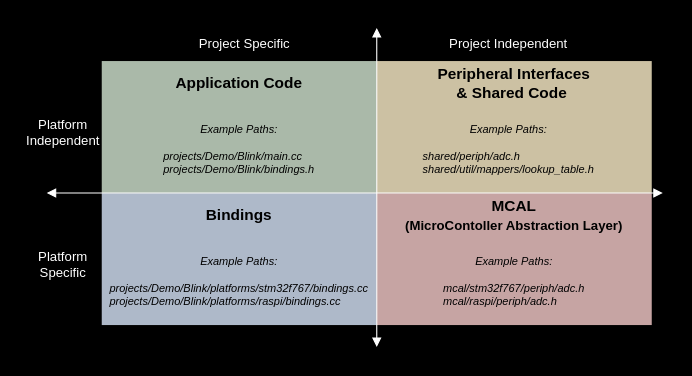
Before: page "Dark" (2 of 2) of docs/docs/firmware/architecture/arch_diagram.drawio in macformula/racecar, a draw.io diagram. Source tidied: cells renumbered, new cells numbered last; positions are measured from the earlier drawing's top-left corner, leaving out a move shared by most shapes. Both pictures are drawn from the tidied source at 110%, with x=0, y=0 at pixel (19, 28).
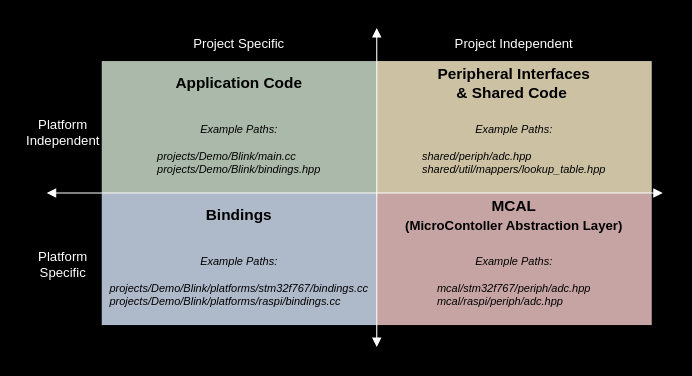
After the change.

What changed in the source:
```diff
@@
     <mxCell id="2" value="Project&amp;nbsp;&lt;span style=&quot;background-color: initial;&quot;&gt;Specific&lt;/span&gt;" style="text;html=1;align=center;verticalAlign=middle;whiteSpace=wrap;rounded=0;fontColor=#FFFFFF;" parent="1" vertex="1">
-      <mxGeometry x="145" width="120" height="30" as="geometry" />
+      <mxGeometry x="75" width="250" height="30" as="geometry" />
     </mxCell>
     <mxCell id="3" value="Project Independent" style="text;html=1;align=center;verticalAlign=middle;whiteSpace=wrap;rounded=0;fontColor=#FFFFFF;" parent="1" vertex="1">
-      <mxGeometry x="365" width="160" height="30" as="geometry" />
+      <mxGeometry x="325" width="250" height="30" as="geometry" />
     </mxCell>
@@
-    <mxCell id="11" value="&lt;span style=&quot;font-weight: normal; font-size: 10px;&quot;&gt;Example Paths:&lt;br&gt;&lt;br&gt;mcal/stm32f767/periph/adc.h&lt;br&gt;&lt;div style=&quot;text-align: left;&quot;&gt;&lt;span style=&quot;background-color: initial;&quot;&gt;mcal/raspi/periph/adc.h&lt;/span&gt;&lt;/div&gt;&lt;/span&gt;" style="text;html=1;align=center;verticalAlign=top;whiteSpace=wrap;rounded=0;fontStyle=3;fontFamily=Helvetica;fontSize=10;" parent="1" vertex="1">
+    <mxCell id="11" value="&lt;span style=&quot;font-weight: normal; font-size: 10px;&quot;&gt;Example Paths:&lt;br&gt;&lt;br&gt;mcal/stm32f767/periph/adc.hpp&lt;br&gt;&lt;div style=&quot;text-align: left;&quot;&gt;&lt;span style=&quot;background-color: initial;&quot;&gt;mcal/raspi/periph/adc.hpp&lt;/span&gt;&lt;/div&gt;&lt;/span&gt;" style="text;html=1;align=center;verticalAlign=top;whiteSpace=wrap;rounded=0;fontStyle=3;fontFamily=Helvetica;fontSize=10;" parent="1" vertex="1">
       <mxGeometry x="355" y="200" width="190" height="70" as="geometry" />
     </mxCell>
@@
-    <mxCell id="14" value="&lt;span style=&quot;font-weight: normal; font-size: 10px;&quot;&gt;Example Paths:&lt;br&gt;&lt;br&gt;&lt;div style=&quot;text-align: left;&quot;&gt;&lt;span style=&quot;background-color: initial;&quot;&gt;projects/Demo/Blink/main.cc&lt;/span&gt;&lt;/div&gt;projects/Demo/Blink/bindings.h&lt;/span&gt;" style="text;html=1;align=center;verticalAlign=top;whiteSpace=wrap;rounded=0;fontStyle=3;fontFamily=Helvetica;labelBackgroundColor=none;textShadow=0;labelBorderColor=none;fontSize=10;" parent="1" vertex="1">
+    <mxCell id="14" value="&lt;span style=&quot;font-weight: normal; font-size: 10px;&quot;&gt;Example Paths:&lt;br&gt;&lt;br&gt;&lt;div style=&quot;text-align: left;&quot;&gt;&lt;span style=&quot;background-color: initial;&quot;&gt;projects/Demo/Blink/main.cc&lt;/span&gt;&lt;/div&gt;projects/Demo/Blink/bindings.hpp&lt;/span&gt;" style="text;html=1;align=center;verticalAlign=top;whiteSpace=wrap;rounded=0;fontStyle=3;fontFamily=Helvetica;labelBackgroundColor=none;textShadow=0;labelBorderColor=none;fontSize=10;" parent="1" vertex="1">
       <mxGeometry x="105" y="80" width="190" height="75" as="geometry" />
     </mxCell>
@@
-    <mxCell id="17" value="&lt;span style=&quot;font-weight: 400; font-size: 10px;&quot;&gt;Example Paths:&lt;br&gt;&lt;br&gt;&lt;div style=&quot;text-align: left;&quot;&gt;&lt;span style=&quot;background-color: initial;&quot;&gt;shared/periph/adc.h&lt;/span&gt;&lt;/div&gt;&lt;/span&gt;&lt;span style=&quot;font-weight: normal; font-size: 10px;&quot;&gt;shared/util/mappers/lookup_table.h&lt;br style=&quot;font-size: 10px;&quot;&gt;&lt;/span&gt;" style="text;html=1;align=center;verticalAlign=top;whiteSpace=wrap;rounded=0;fontStyle=3;fontFamily=Helvetica;fontSize=10;" parent="1" vertex="1">
-      <mxGeometry x="345" y="80" width="200" height="70" as="geometry" />
+    <mxCell id="17" value="&lt;span style=&quot;font-weight: 400; font-size: 10px;&quot;&gt;Example Paths:&lt;br&gt;&lt;br&gt;&lt;div style=&quot;text-align: left;&quot;&gt;&lt;span style=&quot;background-color: initial;&quot;&gt;shared/periph/adc.hpp&lt;/span&gt;&lt;/div&gt;&lt;/span&gt;&lt;span style=&quot;font-weight: normal; font-size: 10px;&quot;&gt;shared/util/mappers/lookup_table.hpp&lt;br style=&quot;font-size: 10px;&quot;&gt;&lt;/span&gt;" style="text;html=1;align=center;verticalAlign=top;whiteSpace=wrap;rounded=0;fontStyle=3;fontFamily=Helvetica;fontSize=10;" parent="1" vertex="1">
+      <mxGeometry x="345" y="80" width="210" height="70" as="geometry" />
     </mxCell>
```
